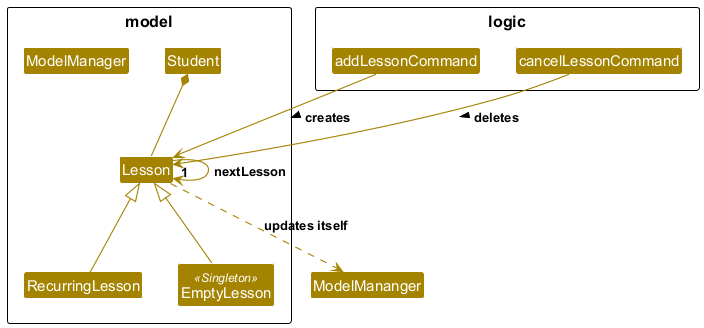
AY2526S1-CS2103T-F09-2/tp keeps this PlantUML diagram as docs/images/LessonClassDiagram.png. Above is the earlier version.
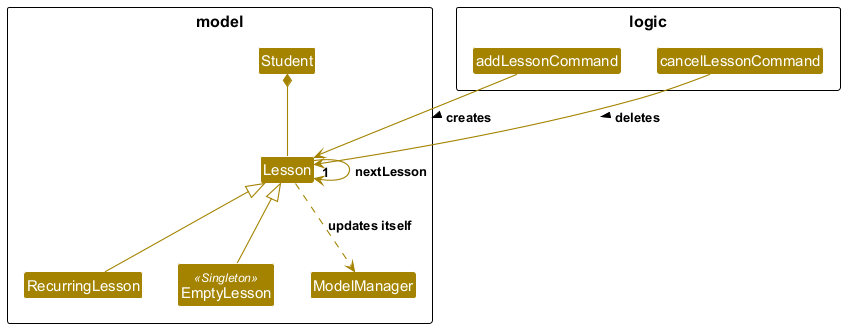
The same file after the commit.

Commit message:
Debug the lesson diagram

Change to the diagram source:
```diff
@@ -39,7 +39,7 @@
 Lesson  --> "1" Lesson : nextLesson
 addLessonCommand --> Lesson: creates >
 cancelLessonCommand --> Lesson: deletes >
-Lesson ..> ModelMananger: updates itself
+Lesson ..> ModelManager: updates itself
 
 Student *-- Lesson
 
```
